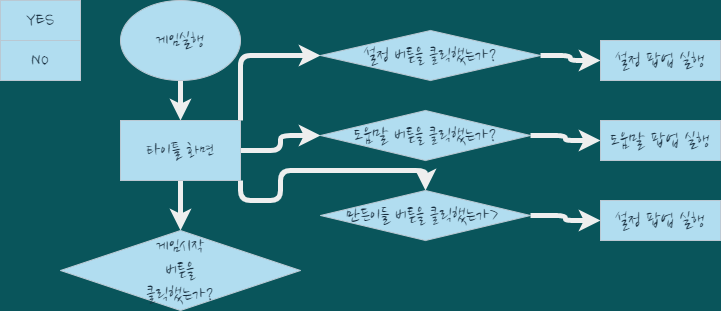
kinesis19/stac_project_SME keeps this draw.io diagram as gameplay_flowchat.drawio.png. Above is the earlier version. Source tidied: cells renumbered, new cells last; positions are measured from the earlier drawing's top-left corner, leaving out a move shared by most shapes.
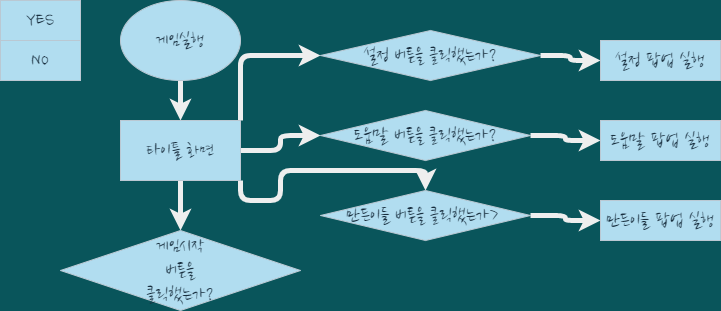
After the commit.

Change to the diagram source:
```diff
@@ -56,7 +56,7 @@
     <mxCell id="19" value="도움말 팝업 실행" style="rounded=0;whiteSpace=wrap;html=1;sketch=0;fontFamily=Nanum Brush Script;fontSource=https%3A%2F%2Ffonts.googleapis.com%2Fcss%3Ffamily%3DNanum%2BBrush%2BScript;fontSize=20;fillColor=#B1DDF0;strokeColor=#BAC8D3;fontColor=#182E3E;" parent="1" vertex="1">
       <mxGeometry x="600" y="120" width="120" height="40" as="geometry" />
     </mxCell>
-    <mxCell id="20" value="설정 팝업 실행" style="rounded=0;whiteSpace=wrap;html=1;sketch=0;fontFamily=Nanum Brush Script;fontSource=https%3A%2F%2Ffonts.googleapis.com%2Fcss%3Ffamily%3DNanum%2BBrush%2BScript;fontSize=20;fillColor=#B1DDF0;strokeColor=#BAC8D3;fontColor=#182E3E;" parent="1" vertex="1">
+    <mxCell id="20" value="만든이들 팝업 실행" style="rounded=0;whiteSpace=wrap;html=1;sketch=0;fontFamily=Nanum Brush Script;fontSource=https%3A%2F%2Ffonts.googleapis.com%2Fcss%3Ffamily%3DNanum%2BBrush%2BScript;fontSize=20;fillColor=#B1DDF0;strokeColor=#BAC8D3;fontColor=#182E3E;" parent="1" vertex="1">
       <mxGeometry x="600" y="200" width="120" height="40" as="geometry" />
     </mxCell>
   </root>
```
